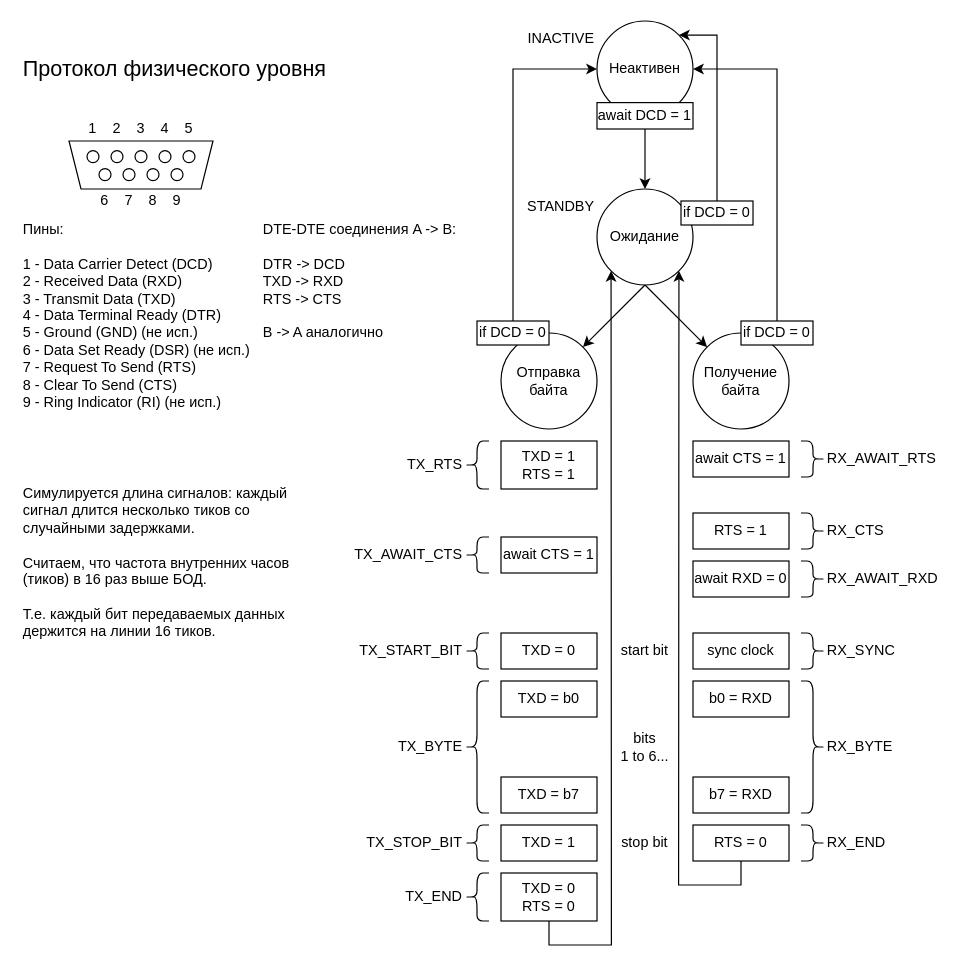
Earlier version of the draw.io diagram docs/physical-protocol.drawio (DeveloperMan313/networks-coursework-backend). Source tidied: cells renumbered, new cells numbered last; positions are measured from the earlier drawing's top-left corner, leaving out a move shared by most shapes. Both pictures are drawn from the tidied source at 120%, with x=0, y=0 at pixel (20, 20).
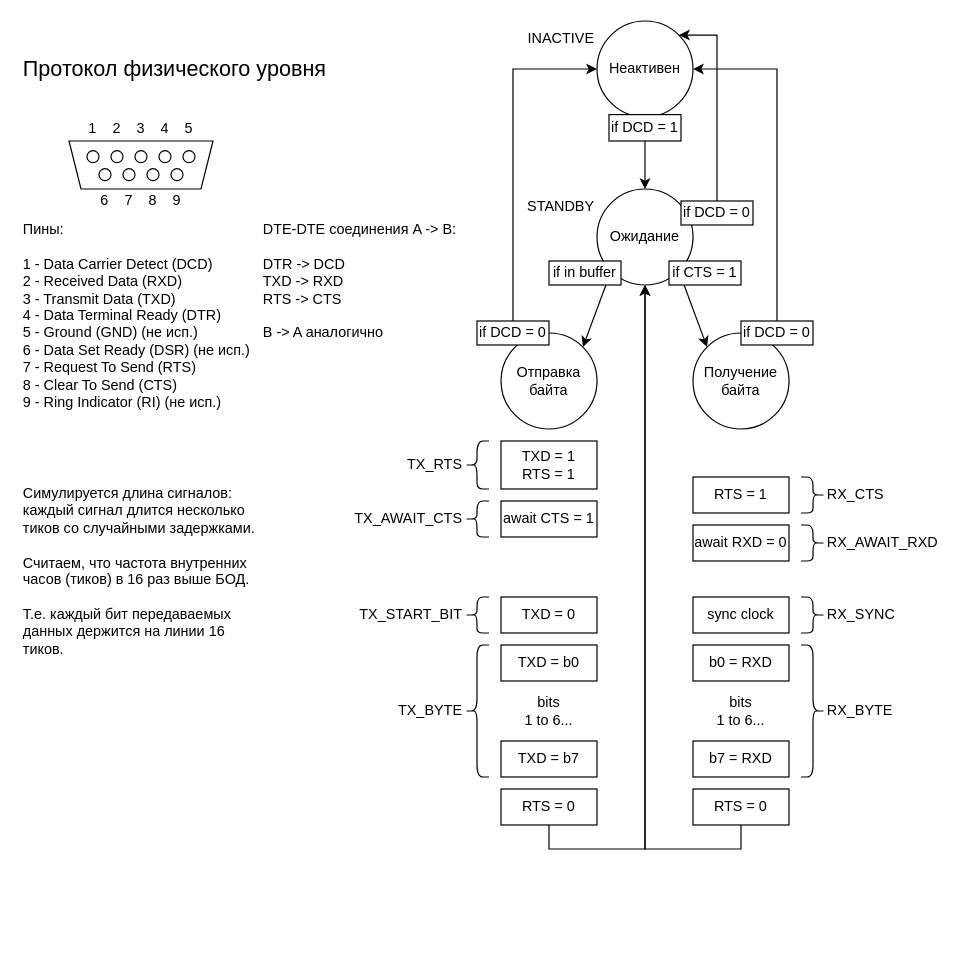
Above is the later version.

Commit message (it also covers changes not shown here):
Simplify protocol, add TX algorithm

The change refers to these unchanged cells:
```xml
<mxCell id="3" value="Ожидание" style="ellipse;whiteSpace=wrap;html=1;" parent="1" vertex="1">
  <mxGeometry x="480" y="140" width="80" height="80" as="geometry" />
</mxCell>
<mxCell id="5" value="Отправка байта" style="ellipse;whiteSpace=wrap;html=1;" parent="1" vertex="1">
  <mxGeometry x="400" y="260" width="80" height="80" as="geometry" />
</mxCell>
<mxCell id="6" value="Получение байта" style="ellipse;whiteSpace=wrap;html=1;" parent="1" vertex="1">
  <mxGeometry x="560" y="260" width="80" height="80" as="geometry" />
</mxCell>
```

What changed in the source:
```diff
@@
-    <mxCell id="21" value="await CTS = 1" style="rounded=0;whiteSpace=wrap;html=1;" parent="1" vertex="1">
-      <mxGeometry x="560" y="350" width="80" height="30" as="geometry" />
-    </mxCell>
     <mxCell id="22" value="RTS = 1" style="rounded=0;whiteSpace=wrap;html=1;" parent="1" vertex="1">
-      <mxGeometry x="560" y="410" width="80" height="30" as="geometry" />
+      <mxGeometry x="560" y="380" width="80" height="30" as="geometry" />
     </mxCell>
     <mxCell id="23" value="await CTS = 1" style="rounded=0;whiteSpace=wrap;html=1;" parent="1" vertex="1">
-      <mxGeometry x="400" y="430" width="80" height="30" as="geometry" />
+      <mxGeometry x="400" y="400" width="80" height="30" as="geometry" />
     </mxCell>
     <mxCell id="24" value="TXD = 0" style="rounded=0;whiteSpace=wrap;html=1;" parent="1" vertex="1">
-      <mxGeometry x="400" y="510" width="80" height="30" as="geometry" />
+      <mxGeometry x="400" y="480" width="80" height="30" as="geometry" />
     </mxCell>
@@
     <mxCell id="26" value="sync clock" style="rounded=0;whiteSpace=wrap;html=1;" parent="1" vertex="1">
-      <mxGeometry x="560" y="510" width="80" height="30" as="geometry" />
+      <mxGeometry x="560" y="480" width="80" height="30" as="geometry" />
     </mxCell>
     <mxCell id="27" value="TXD = b0" style="rounded=0;whiteSpace=wrap;html=1;" parent="1" vertex="1">
-      <mxGeometry x="400" y="550" width="80" height="30" as="geometry" />
+      <mxGeometry x="400" y="520" width="80" height="30" as="geometry" />
     </mxCell>
     <mxCell id="28" value="b0 = RXD" style="rounded=0;whiteSpace=wrap;html=1;" parent="1" vertex="1">
-      <mxGeometry x="560" y="550" width="80" height="30" as="geometry" />
+      <mxGeometry x="560" y="520" width="80" height="30" as="geometry" />
     </mxCell>
     <mxCell id="29" value="bits&lt;div&gt;1 to 6...&lt;/div&gt;" style="text;html=1;whiteSpace=wrap;strokeColor=none;fillColor=none;align=center;verticalAlign=middle;rounded=0;" parent="1" vertex="1">
-      <mxGeometry x="495" y="590" width="50" height="30" as="geometry" />
+      <mxGeometry x="400" y="560" width="80" height="30" as="geometry" />
     </mxCell>
     <mxCell id="30" value="TXD = b7" style="rounded=0;whiteSpace=wrap;html=1;" parent="1" vertex="1">
-      <mxGeometry x="400" y="630" width="80" height="30" as="geometry" />
+      <mxGeometry x="400" y="600" width="80" height="30" as="geometry" />
     </mxCell>
     <mxCell id="31" value="b7 = RXD" style="rounded=0;whiteSpace=wrap;html=1;" parent="1" vertex="1">
-      <mxGeometry x="560" y="630" width="80" height="30" as="geometry" />
+      <mxGeometry x="560" y="600" width="80" height="30" as="geometry" />
     </mxCell>
-    <mxCell id="32" value="start bit" style="text;html=1;whiteSpace=wrap;strokeColor=none;fillColor=none;align=center;verticalAlign=middle;rounded=0;" parent="1" vertex="1">
-      <mxGeometry x="490" y="510" width="60" height="30" as="geometry" />
-    </mxCell>
-    <mxCell id="33" value="TXD = 1" style="rounded=0;whiteSpace=wrap;html=1;" parent="1" vertex="1">
-      <mxGeometry x="400" y="670" width="80" height="30" as="geometry" />
-    </mxCell>
     <mxCell id="34" value="RTS = 0" style="rounded=0;whiteSpace=wrap;html=1;" parent="1" vertex="1">
-      <mxGeometry x="560" y="670" width="80" height="30" as="geometry" />
+      <mxGeometry x="560" y="640" width="80" height="30" as="geometry" />
     </mxCell>
     <mxCell id="35" value="await RXD = 0" style="rounded=0;whiteSpace=wrap;html=1;" parent="1" vertex="1">
-      <mxGeometry x="560" y="450" width="80" height="30" as="geometry" />
+      <mxGeometry x="560" y="420" width="80" height="30" as="geometry" />
     </mxCell>
     <mxCell id="36" value="Симулируется длина сигналов: каждый сигнал длится несколько тиков со случайными задержками.&lt;div&gt;&lt;br&gt;&lt;/div&gt;&lt;div&gt;Считаем, что частота внутренних часов (тиков) в 16 раз выше БОД.&lt;/div&gt;&lt;div&gt;&lt;br&gt;&lt;/div&gt;&lt;div&gt;Т.е. каждый бит передаваемых данных держится на линии 16 тиков.&lt;/div&gt;" style="text;html=1;whiteSpace=wrap;strokeColor=none;fillColor=none;align=left;verticalAlign=top;rounded=0;" parent="1" vertex="1">
-      <mxGeometry y="380" width="240" height="160" as="geometry" />
+      <mxGeometry y="380" width="200" height="160" as="geometry" />
     </mxCell>
@@
-    <mxCell id="39" style="endArrow=classic;html=1;rounded=0;entryX=0;entryY=1;entryDx=0;entryDy=0;exitX=0.5;exitY=1;exitDx=0;exitDy=0;" parent="1" edge="1" source="72" target="3">
+    <mxCell id="39" style="endArrow=classic;html=1;rounded=0;entryX=0.5;entryY=1;entryDx=0;entryDy=0;exitX=0.5;exitY=1;exitDx=0;exitDy=0;" parent="1" edge="1" source="72" target="3">
       <mxGeometry relative="1" as="geometry">
         <Array as="points">
-          <mxPoint x="440" y="770" />
-          <mxPoint x="492" y="770" />
+          <mxPoint x="440" y="690" />
+          <mxPoint x="520" y="690" />
         </Array>
       </mxGeometry>
     </mxCell>
-    <mxCell id="40" style="endArrow=classic;html=1;rounded=0;entryX=1;entryY=1;entryDx=0;entryDy=0;exitX=0.5;exitY=1;exitDx=0;exitDy=0;" parent="1" edge="1" source="34" target="3">
+    <mxCell id="40" style="endArrow=classic;html=1;rounded=0;entryX=0.5;entryY=1;entryDx=0;entryDy=0;exitX=0.5;exitY=1;exitDx=0;exitDy=0;" parent="1" edge="1" source="34" target="3">
       <mxGeometry relative="1" as="geometry">
         <Array as="points">
-          <mxPoint x="600" y="720" />
-          <mxPoint x="548" y="720" />
+          <mxPoint x="600" y="690" />
+          <mxPoint x="520" y="690" />
         </Array>
       </mxGeometry>
     </mxCell>
-    <mxCell id="41" style="endArrow=classic;html=1;rounded=0;exitX=0.5;exitY=1;exitDx=0;exitDy=0;entryX=1;entryY=0;entryDx=0;entryDy=0;" parent="1" edge="1" source="3" target="5">
+    <mxCell id="41" style="endArrow=classic;html=1;rounded=0;exitX=0;exitY=1;exitDx=0;exitDy=0;entryX=1;entryY=0;entryDx=0;entryDy=0;" parent="1" edge="1" source="3" target="5">
       <mxGeometry relative="1" as="geometry" />
     </mxCell>
-    <mxCell id="42" style="endArrow=classic;html=1;rounded=0;entryX=0;entryY=0;entryDx=0;entryDy=0;exitX=0.5;exitY=1;exitDx=0;exitDy=0;" parent="1" edge="1" source="3" target="6">
+    <mxCell id="42" style="endArrow=classic;html=1;rounded=0;entryX=0;entryY=0;entryDx=0;entryDy=0;exitX=1;exitY=1;exitDx=0;exitDy=0;" parent="1" edge="1" source="3" target="6">
       <mxGeometry relative="1" as="geometry" />
     </mxCell>
-    <mxCell id="43" value="await DCD = 1" style="rounded=0;whiteSpace=wrap;html=1;" parent="1" vertex="1">
-      <mxGeometry x="480" y="68" width="80" height="22" as="geometry" />
+    <mxCell id="43" value="if DCD = 1" style="rounded=0;whiteSpace=wrap;html=1;" parent="1" vertex="1">
+      <mxGeometry x="490" y="78" width="60" height="22" as="geometry" />
     </mxCell>
@@
-    <mxCell id="51" value="stop bit" style="text;html=1;whiteSpace=wrap;strokeColor=none;fillColor=none;align=center;verticalAlign=middle;rounded=0;" parent="1" vertex="1">
-      <mxGeometry x="490" y="670" width="60" height="30" as="geometry" />
-    </mxCell>
     <mxCell id="52" style="shape=curlyBracket;whiteSpace=wrap;html=1;rounded=1;labelPosition=left;verticalLabelPosition=middle;align=right;verticalAlign=middle;" parent="1" vertex="1">
-      <mxGeometry x="370" y="510" width="20" height="30" as="geometry" />
+      <mxGeometry x="370" y="480" width="20" height="30" as="geometry" />
     </mxCell>
     <mxCell id="53" value="TX_START_BIT" style="text;html=1;whiteSpace=wrap;strokeColor=none;fillColor=none;align=right;verticalAlign=middle;rounded=0;" parent="1" vertex="1">
-      <mxGeometry x="280" y="510" width="90" height="30" as="geometry" />
+      <mxGeometry x="280" y="480" width="90" height="30" as="geometry" />
     </mxCell>
     <mxCell id="54" style="shape=curlyBracket;whiteSpace=wrap;html=1;rounded=1;labelPosition=left;verticalLabelPosition=middle;align=right;verticalAlign=middle;" parent="1" vertex="1">
-      <mxGeometry x="370" y="430" width="20" height="30" as="geometry" />
+      <mxGeometry x="370" y="400" width="20" height="30" as="geometry" />
     </mxCell>
     <mxCell id="55" value="TX_AWAIT_CTS" style="text;html=1;whiteSpace=wrap;strokeColor=none;fillColor=none;align=right;verticalAlign=middle;rounded=0;" parent="1" vertex="1">
-      <mxGeometry x="280" y="430" width="90" height="30" as="geometry" />
+      <mxGeometry x="280" y="400" width="90" height="30" as="geometry" />
     </mxCell>
     <mxCell id="56" style="shape=curlyBracket;whiteSpace=wrap;html=1;rounded=1;labelPosition=left;verticalLabelPosition=middle;align=right;verticalAlign=middle;" parent="1" vertex="1">
-      <mxGeometry x="370" y="550" width="20" height="110" as="geometry" />
+      <mxGeometry x="370" y="520" width="20" height="110" as="geometry" />
     </mxCell>
     <mxCell id="57" value="TX_BYTE" style="text;html=1;whiteSpace=wrap;strokeColor=none;fillColor=none;align=right;verticalAlign=middle;rounded=0;" parent="1" vertex="1">
-      <mxGeometry x="280" y="590" width="90" height="30" as="geometry" />
+      <mxGeometry x="280" y="560" width="90" height="30" as="geometry" />
     </mxCell>
-    <mxCell id="58" style="shape=curlyBracket;whiteSpace=wrap;html=1;rounded=1;labelPosition=left;verticalLabelPosition=middle;align=right;verticalAlign=middle;" parent="1" vertex="1">
-      <mxGeometry x="370" y="670" width="20" height="30" as="geometry" />
-    </mxCell>
-    <mxCell id="59" value="TX_STOP_BIT" style="text;html=1;whiteSpace=wrap;strokeColor=none;fillColor=none;align=right;verticalAlign=middle;rounded=0;" parent="1" vertex="1">
-      <mxGeometry x="280" y="670" width="90" height="30" as="geometry" />
-    </mxCell>
-    <mxCell id="60" style="shape=curlyBracket;whiteSpace=wrap;html=1;rounded=1;labelPosition=left;verticalLabelPosition=middle;align=right;verticalAlign=middle;flipH=1;legacyAnchorPoints=0;" parent="1" vertex="1">
-      <mxGeometry x="650" y="350" width="20" height="30" as="geometry" />
-    </mxCell>
-    <mxCell id="61" value="RX_AWAIT_RTS" style="text;html=1;whiteSpace=wrap;strokeColor=none;fillColor=none;align=left;verticalAlign=middle;rounded=0;" parent="1" vertex="1">
-      <mxGeometry x="670" y="350" width="90" height="30" as="geometry" />
-    </mxCell>
     <mxCell id="62" style="shape=curlyBracket;whiteSpace=wrap;html=1;rounded=1;labelPosition=left;verticalLabelPosition=middle;align=right;verticalAlign=middle;flipH=1;legacyAnchorPoints=0;" parent="1" vertex="1">
-      <mxGeometry x="650" y="410" width="20" height="30" as="geometry" />
+      <mxGeometry x="650" y="380" width="20" height="30" as="geometry" />
     </mxCell>
     <mxCell id="63" value="RX_CTS" style="text;html=1;whiteSpace=wrap;strokeColor=none;fillColor=none;align=left;verticalAlign=middle;rounded=0;" parent="1" vertex="1">
-      <mxGeometry x="670" y="410" width="90" height="30" as="geometry" />
+      <mxGeometry x="670" y="380" width="90" height="30" as="geometry" />
     </mxCell>
     <mxCell id="64" style="shape=curlyBracket;whiteSpace=wrap;html=1;rounded=1;labelPosition=left;verticalLabelPosition=middle;align=right;verticalAlign=middle;flipH=1;legacyAnchorPoints=0;" parent="1" vertex="1">
-      <mxGeometry x="650" y="450" width="20" height="30" as="geometry" />
+      <mxGeometry x="650" y="420" width="20" height="30" as="geometry" />
     </mxCell>
     <mxCell id="65" value="RX_AWAIT_RXD" style="text;html=1;whiteSpace=wrap;strokeColor=none;fillColor=none;align=left;verticalAlign=middle;rounded=0;" parent="1" vertex="1">
-      <mxGeometry x="670" y="450" width="90" height="30" as="geometry" />
+      <mxGeometry x="670" y="420" width="90" height="30" as="geometry" />
     </mxCell>
     <mxCell id="66" style="shape=curlyBracket;whiteSpace=wrap;html=1;rounded=1;labelPosition=left;verticalLabelPosition=middle;align=right;verticalAlign=middle;flipH=1;legacyAnchorPoints=0;" parent="1" vertex="1">
-      <mxGeometry x="650" y="510" width="20" height="30" as="geometry" />
+      <mxGeometry x="650" y="480" width="20" height="30" as="geometry" />
     </mxCell>
     <mxCell id="67" value="RX_SYNC" style="text;html=1;whiteSpace=wrap;strokeColor=none;fillColor=none;align=left;verticalAlign=middle;rounded=0;" parent="1" vertex="1">
-      <mxGeometry x="670" y="510" width="90" height="30" as="geometry" />
+      <mxGeometry x="670" y="480" width="90" height="30" as="geometry" />
     </mxCell>
     <mxCell id="68" style="shape=curlyBracket;whiteSpace=wrap;html=1;rounded=1;labelPosition=left;verticalLabelPosition=middle;align=right;verticalAlign=middle;flipH=1;legacyAnchorPoints=0;" parent="1" vertex="1">
-      <mxGeometry x="650" y="550" width="20" height="110" as="geometry" />
+      <mxGeometry x="650" y="520" width="20" height="110" as="geometry" />
     </mxCell>
     <mxCell id="69" value="RX_BYTE" style="text;html=1;whiteSpace=wrap;strokeColor=none;fillColor=none;align=left;verticalAlign=middle;rounded=0;" parent="1" vertex="1">
-      <mxGeometry x="670" y="590" width="90" height="30" as="geometry" />
+      <mxGeometry x="670" y="560" width="90" height="30" as="geometry" />
     </mxCell>
-    <mxCell id="70" style="shape=curlyBracket;whiteSpace=wrap;html=1;rounded=1;labelPosition=left;verticalLabelPosition=middle;align=right;verticalAlign=middle;flipH=1;legacyAnchorPoints=0;" parent="1" vertex="1">
-      <mxGeometry x="650" y="670" width="20" height="30" as="geometry" />
-    </mxCell>
-    <mxCell id="71" value="RX_END" style="text;html=1;whiteSpace=wrap;strokeColor=none;fillColor=none;align=left;verticalAlign=middle;rounded=0;" parent="1" vertex="1">
-      <mxGeometry x="670" y="670" width="90" height="30" as="geometry" />
-    </mxCell>
-    <mxCell id="72" value="TXD = 0&lt;div&gt;RTS = 0&lt;/div&gt;" style="rounded=0;whiteSpace=wrap;html=1;" parent="1" vertex="1">
-      <mxGeometry x="400" y="710" width="80" height="40" as="geometry" />
+    <mxCell id="72" value="&lt;span style=&quot;background-color: transparent; color: light-dark(rgb(0, 0, 0), rgb(255, 255, 255));&quot;&gt;RTS = 0&lt;/span&gt;" style="rounded=0;whiteSpace=wrap;html=1;" parent="1" vertex="1">
+      <mxGeometry x="400" y="640" width="80" height="30" as="geometry" />
     </mxCell>
-    <mxCell id="73" style="shape=curlyBracket;whiteSpace=wrap;html=1;rounded=1;labelPosition=left;verticalLabelPosition=middle;align=right;verticalAlign=middle;" parent="1" vertex="1">
-      <mxGeometry x="370" y="710" width="20" height="40" as="geometry" />
-    </mxCell>
-    <mxCell id="74" value="TX_END" style="text;html=1;whiteSpace=wrap;strokeColor=none;fillColor=none;align=right;verticalAlign=middle;rounded=0;" parent="1" vertex="1">
-      <mxGeometry x="280" y="715" width="90" height="30" as="geometry" />
-    </mxCell>
@@
+    <mxCell id="21" value="if CTS = 1" style="rounded=0;whiteSpace=wrap;html=1;" parent="1" vertex="1">
+      <mxGeometry x="540" y="200" width="60" height="20" as="geometry" />
+    </mxCell>
+    <mxCell id="77" value="if in buffer" style="rounded=0;whiteSpace=wrap;html=1;" parent="1" vertex="1">
+      <mxGeometry x="440" y="200" width="60" height="20" as="geometry" />
+    </mxCell>
+    <mxCell id="78" value="bits&lt;div&gt;1 to 6...&lt;/div&gt;" style="text;html=1;whiteSpace=wrap;strokeColor=none;fillColor=none;align=center;verticalAlign=middle;rounded=0;" parent="1" vertex="1">
+      <mxGeometry x="560" y="560" width="80" height="30" as="geometry" />
+    </mxCell>
```
